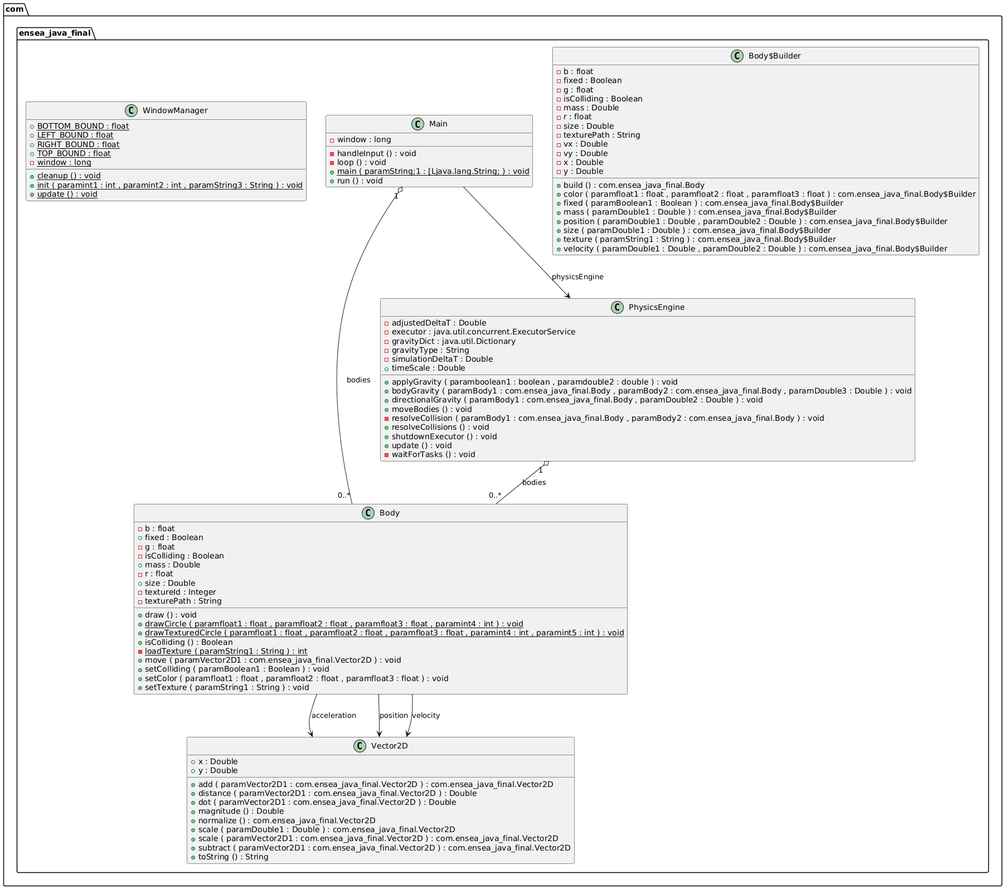
The PlantUML diagram demo/diagram/uml-diagram.png in AidanBaros/ENSEA_Java_Final, before a commit.
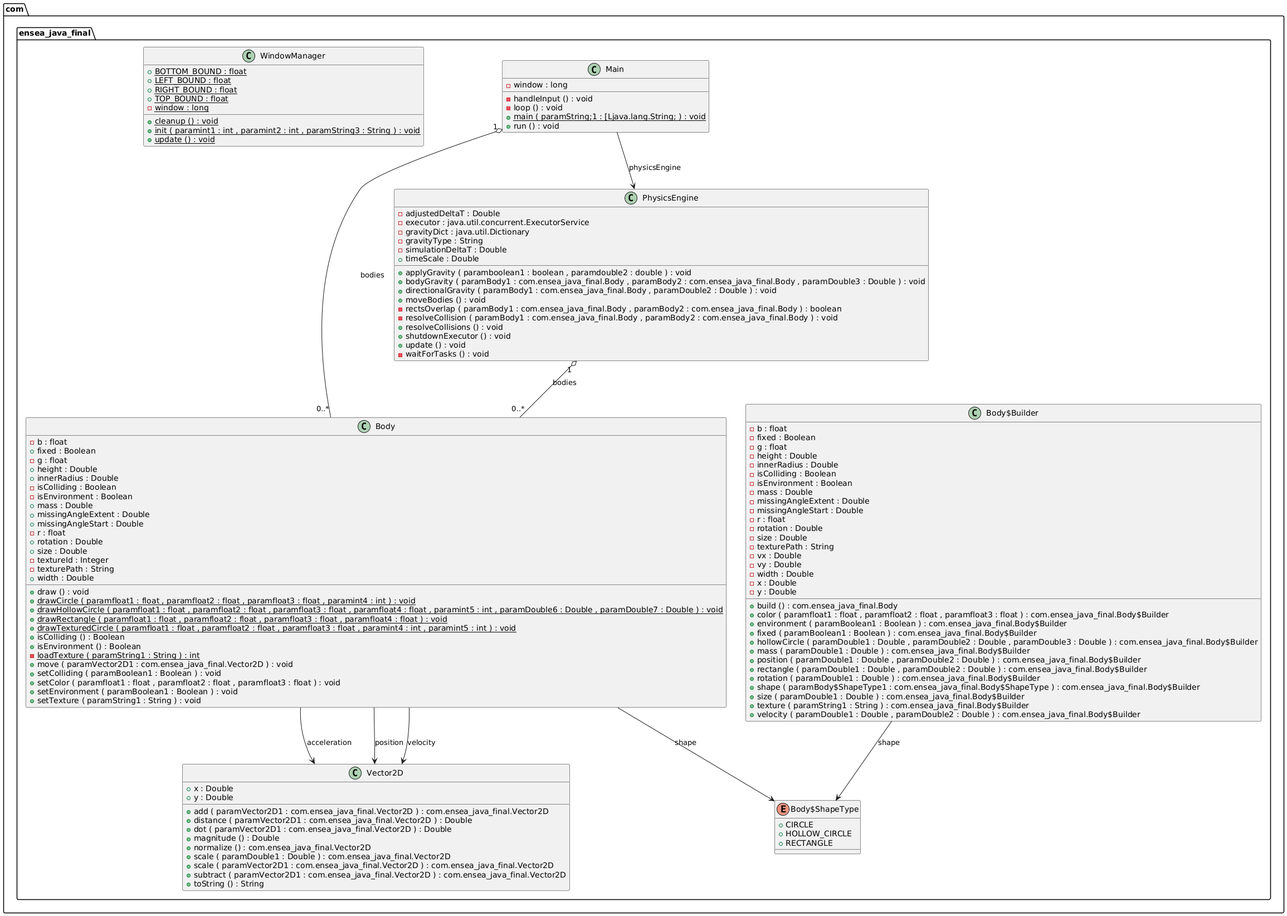
Later version of the same file.

Commit message:
Update UML diagram [auto]

Diff of the diagram source:
```diff
@@ -4,20 +4,31 @@
 	{field} -b : float
 	{field} +fixed : Boolean
 	{field} -g : float
+	{field} +height : Double
+	{field} +innerRadius : Double
 	{field} -isColliding : Boolean
+	{field} -isEnvironment : Boolean
 	{field} +mass : Double
+	{field} +missingAngleExtent : Double
+	{field} +missingAngleStart : Double
 	{field} -r : float
+	{field} +rotation : Double
 	{field} +size : Double
 	{field} -textureId : Integer
 	{field} -texturePath : String
+	{field} +width : Double
 	{method} +draw () : void
 	{method}  {static} +drawCircle ( paramfloat1 : float , paramfloat2 : float , paramfloat3 : float , paramint4 : int ) : void
+	{method}  {static} +drawHollowCircle ( paramfloat1 : float , paramfloat2 : float , paramfloat3 : float , paramfloat4 : float , paramint5 : int , paramDouble6 : Double , paramDouble7 : Double ) : void
+	{method}  {static} +drawRectangle ( paramfloat1 : float , paramfloat2 : float , paramfloat3 : float , paramfloat4 : float ) : void
 	{method}  {static} +drawTexturedCircle ( paramfloat1 : float , paramfloat2 : float , paramfloat3 : float , paramint4 : int , paramint5 : int ) : void
 	{method} +isColliding () : Boolean
+	{method} +isEnvironment () : Boolean
 	{method}  {static} -loadTexture ( paramString1 : String ) : int
 	{method} +move ( paramVector2D1 : com.ensea_java_final.Vector2D ) : void
 	{method} +setColliding ( paramBoolean1 : Boolean ) : void
 	{method} +setColor ( paramfloat1 : float , paramfloat2 : float , paramfloat3 : float ) : void
+	{method} +setEnvironment ( paramBoolean1 : Boolean ) : void
 	{method} +setTexture ( paramString1 : String ) : void
 }
 
@@ -26,23 +37,42 @@
 	{field} -b : float
 	{field} -fixed : Boolean
 	{field} -g : float
+	{field} -height : Double
+	{field} -innerRadius : Double
 	{field} -isColliding : Boolean
+	{field} -isEnvironment : Boolean
 	{field} -mass : Double
+	{field} -missingAngleExtent : Double
+	{field} -missingAngleStart : Double
 	{field} -r : float
+	{field} -rotation : Double
 	{field} -size : Double
 	{field} -texturePath : String
 	{field} -vx : Double
 	{field} -vy : Double
+	{field} -width : Double
 	{field} -x : Double
 	{field} -y : Double
 	{method} +build () : com.ensea_java_final.Body
 	{method} +color ( paramfloat1 : float , paramfloat2 : float , paramfloat3 : float ) : com.ensea_java_final.Body$Builder
+	{method} +environment ( paramBoolean1 : Boolean ) : com.ensea_java_final.Body$Builder
 	{method} +fixed ( paramBoolean1 : Boolean ) : com.ensea_java_final.Body$Builder
+	{method} +hollowCircle ( paramDouble1 : Double , paramDouble2 : Double , paramDouble3 : Double ) : com.ensea_java_final.Body$Builder
 	{method} +mass ( paramDouble1 : Double ) : com.ensea_java_final.Body$Builder
 	{method} +position ( paramDouble1 : Double , paramDouble2 : Double ) : com.ensea_java_final.Body$Builder
+	{method} +rectangle ( paramDouble1 : Double , paramDouble2 : Double ) : com.ensea_java_final.Body$Builder
+	{method} +rotation ( paramDouble1 : Double ) : com.ensea_java_final.Body$Builder
+	{method} +shape ( paramBody$ShapeType1 : com.ensea_java_final.Body$ShapeType ) : com.ensea_java_final.Body$Builder
 	{method} +size ( paramDouble1 : Double ) : com.ensea_java_final.Body$Builder
 	{method} +texture ( paramString1 : String ) : com.ensea_java_final.Body$Builder
 	{method} +velocity ( paramDouble1 : Double , paramDouble2 : Double ) : com.ensea_java_final.Body$Builder
+}
+
+
+enum com.ensea_java_final.Body$ShapeType {
+	{field} +CIRCLE
+	{field} +HOLLOW_CIRCLE
+	{field} +RECTANGLE
 }
 
 
@@ -66,6 +96,7 @@
 	{method} +bodyGravity ( paramBody1 : com.ensea_java_final.Body , paramBody2 : com.ensea_java_final.Body , paramDouble3 : Double ) : void
 	{method} +directionalGravity ( paramBody1 : com.ensea_java_final.Body , paramDouble2 : Double ) : void
 	{method} +moveBodies () : void
+	{method} -rectsOverlap ( paramBody1 : com.ensea_java_final.Body , paramBody2 : com.ensea_java_final.Body ) : boolean
 	{method} -resolveCollision ( paramBody1 : com.ensea_java_final.Body , paramBody2 : com.ensea_java_final.Body ) : void
 	{method} +resolveCollisions () : void
 	{method} +shutdownExecutor () : void
@@ -103,9 +134,11 @@
 
 
 
+com.ensea_java_final.Body -->  com.ensea_java_final.Body$ShapeType : shape
 com.ensea_java_final.Body -->  com.ensea_java_final.Vector2D : acceleration
 com.ensea_java_final.Body -->  com.ensea_java_final.Vector2D : position
 com.ensea_java_final.Body -->  com.ensea_java_final.Vector2D : velocity
+com.ensea_java_final.Body$Builder -->  com.ensea_java_final.Body$ShapeType : shape
 com.ensea_java_final.Main "1" o-- "0..*"  com.ensea_java_final.Body : bodies
 com.ensea_java_final.Main -->  com.ensea_java_final.PhysicsEngine : physicsEngine
 com.ensea_java_final.PhysicsEngine "1" o-- "0..*"  com.ensea_java_final.Body : bodies
```
